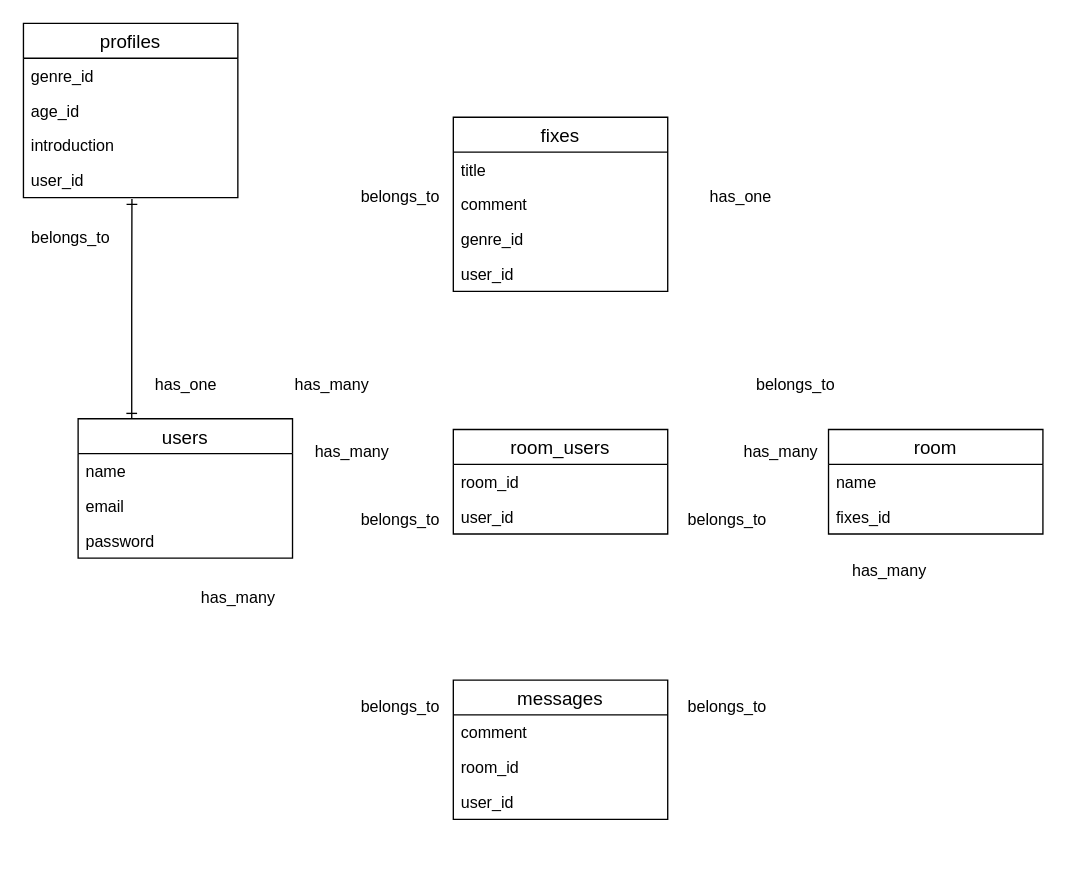
nao0313/retouch keeps this draw.io diagram as retouch.dio. Above is the earlier version. Source tidied: cells renumbered, new cells numbered last; positions are measured from the earlier drawing's top-left corner, leaving out a move shared by most shapes. Both pictures are drawn from the tidied source at 134%, with x=0, y=0 at pixel (23, 23).
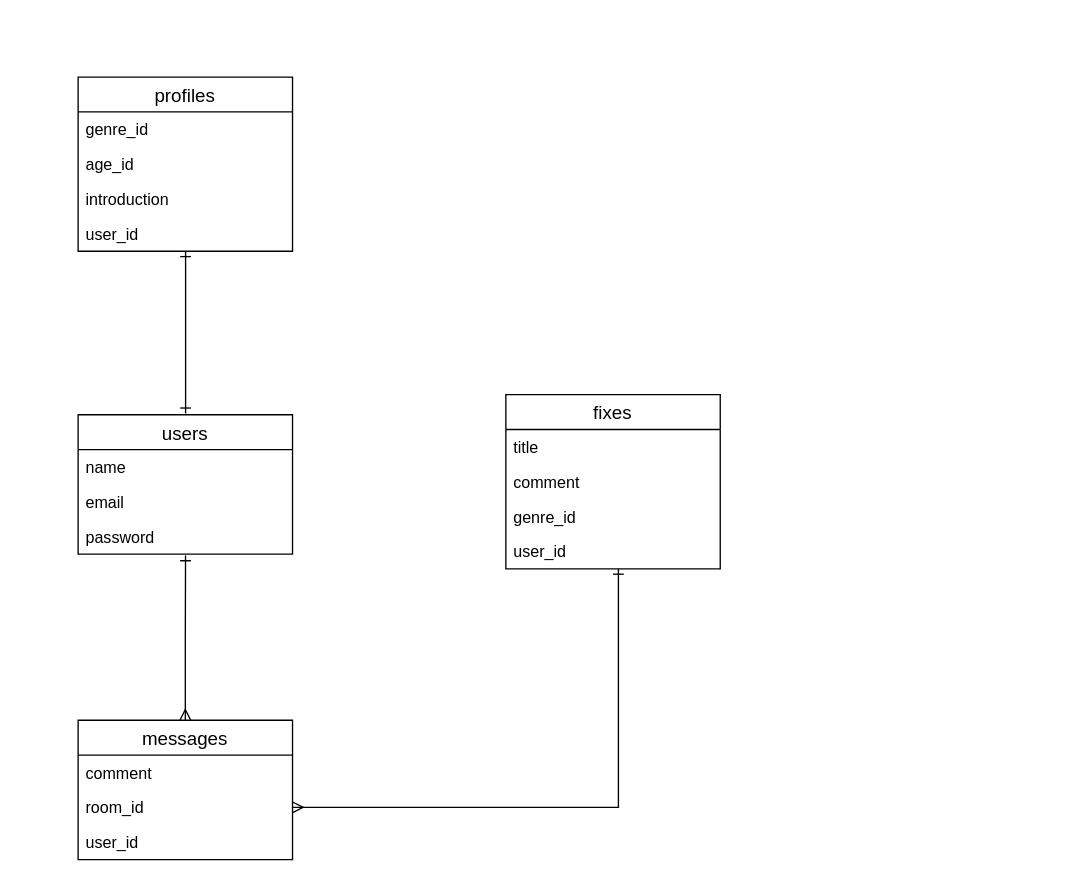
The same page after the edit.

Unchanged cells that the change refers to:
```xml
<mxCell id="29" value="room_id" style="text;strokeColor=none;fillColor=none;spacingLeft=4;spacingRight=4;overflow=hidden;points=[[0,0.5],[1,0.5]];portConstraint=eastwest;fontSize=12;" parent="27" vertex="1">
  <mxGeometry y="52" width="160" height="26" as="geometry" />
</mxCell>
<mxCell id="32" value="title" style="text;strokeColor=none;fillColor=none;spacingLeft=4;spacingRight=4;overflow=hidden;points=[[0,0.5],[1,0.5]];portConstraint=eastwest;fontSize=12;" parent="31" vertex="1">
  <mxGeometry y="26" width="160" height="26" as="geometry" />
</mxCell>
<mxCell id="33" value="comment" style="text;strokeColor=none;fillColor=none;spacingLeft=4;spacingRight=4;overflow=hidden;points=[[0,0.5],[1,0.5]];portConstraint=eastwest;fontSize=12;" parent="31" vertex="1">
  <mxGeometry y="52" width="160" height="26" as="geometry" />
</mxCell>
<mxCell id="35" value="user_id&#10;" style="text;strokeColor=none;fillColor=none;spacingLeft=4;spacingRight=4;overflow=hidden;points=[[0,0.5],[1,0.5]];portConstraint=eastwest;fontSize=12;" parent="31" vertex="1">
  <mxGeometry y="104" width="160" height="26" as="geometry" />
</mxCell>
```

Diff of the diagram source:
```diff
@@
-    <mxCell id="2" style="edgeStyle=orthogonalEdgeStyle;rounded=0;jettySize=auto;html=1;entryX=1;entryY=0.5;entryDx=0;entryDy=0;startArrow=ERone;startFill=0;endArrow=ERone;endFill=0;strokeColor=#FFFFFF;" parent="1" edge="1" target="32">
-      <mxGeometry relative="1" as="geometry">
-        <mxPoint x="620" y="302" as="sourcePoint" />
-      </mxGeometry>
-    </mxCell>
-    <mxCell id="3" style="edgeStyle=orthogonalEdgeStyle;rounded=0;jettySize=auto;html=1;exitX=0.92;exitY=-0.01;exitDx=0;exitDy=0;entryX=0;entryY=0.5;entryDx=0;entryDy=0;startArrow=ERone;startFill=0;endArrow=ERmany;endFill=0;strokeColor=#FFFFFF;exitPerimeter=0;" parent="1" edge="1" source="37" target="32">
+    <mxCell id="3" style="edgeStyle=orthogonalEdgeStyle;rounded=0;jettySize=auto;html=1;exitX=1.007;exitY=0.923;exitDx=0;exitDy=0;entryX=0;entryY=0.5;entryDx=0;entryDy=0;startArrow=ERone;startFill=0;endArrow=ERmany;endFill=0;strokeColor=#FFFFFF;exitPerimeter=0;" parent="1" edge="1" source="38" target="33">
       <mxGeometry relative="1" as="geometry" />
     </mxCell>
-    <mxCell id="4" style="edgeStyle=orthogonalEdgeStyle;rounded=0;jettySize=auto;html=1;exitX=0;exitY=0.5;exitDx=0;exitDy=0;entryX=0.463;entryY=1.038;entryDx=0;entryDy=0;entryPerimeter=0;strokeColor=#FFFFFF;startArrow=ERmany;startFill=0;endArrow=ERone;endFill=0;" parent="1" edge="1" source="29" target="40">
-      <mxGeometry relative="1" as="geometry" />
-    </mxCell>
-    <mxCell id="5" style="edgeStyle=orthogonalEdgeStyle;rounded=0;jettySize=auto;html=1;exitX=1;exitY=0.5;exitDx=0;exitDy=0;entryX=0.513;entryY=1.038;entryDx=0;entryDy=0;entryPerimeter=0;startArrow=ERmany;startFill=0;endArrow=ERone;endFill=0;strokeColor=#FFFFFF;" parent="1" edge="1" source="29" target="43">
-      <mxGeometry relative="1" as="geometry" />
-    </mxCell>
-    <mxCell id="6" style="edgeStyle=orthogonalEdgeStyle;rounded=0;jettySize=auto;html=1;exitX=0;exitY=0.5;exitDx=0;exitDy=0;entryX=1;entryY=0.5;entryDx=0;entryDy=0;startArrow=ERone;startFill=0;endArrow=ERmany;endFill=0;strokeColor=#FFFFFF;" parent="1" edge="1" target="25">
-      <mxGeometry relative="1" as="geometry">
-        <mxPoint x="600.8" y="342" as="sourcePoint" />
-      </mxGeometry>
-    </mxCell>
-    <mxCell id="7" style="edgeStyle=orthogonalEdgeStyle;rounded=0;jettySize=auto;html=1;exitX=0;exitY=0.5;exitDx=0;exitDy=0;entryX=1;entryY=0.5;entryDx=0;entryDy=0;startArrow=ERmany;startFill=0;endArrow=ERone;endFill=0;strokeColor=#FFFFFF;" parent="1" edge="1" source="25">
-      <mxGeometry relative="1" as="geometry">
-        <mxPoint x="200.8" y="342" as="targetPoint" />
-      </mxGeometry>
-    </mxCell>
-    <mxCell id="8" value="belongs_to" style="text;html=1;align=center;verticalAlign=middle;" parent="1" vertex="1">
-      <mxGeometry x="245.8" y="120" width="70" height="20" as="geometry" />
-    </mxCell>
-    <mxCell id="9" value="has_many" style="text;html=1;align=center;verticalAlign=middle;" parent="1" vertex="1">
-      <mxGeometry x="195" y="260" width="70" height="20" as="geometry" />
-    </mxCell>
-    <mxCell id="10" value="belongs_to" style="text;html=1;align=center;verticalAlign=middle;" parent="1" vertex="1">
-      <mxGeometry x="245.8" y="361" width="70" height="20" as="geometry" />
-    </mxCell>
-    <mxCell id="11" value="belongs_to" style="text;html=1;align=center;verticalAlign=middle;" parent="1" vertex="1">
-      <mxGeometry x="245.8" y="500" width="70" height="20" as="geometry" />
-    </mxCell>
-    <mxCell id="12" value="belongs_to" style="text;html=1;align=center;verticalAlign=middle;" parent="1" vertex="1">
-      <mxGeometry x="490" y="500" width="70" height="20" as="geometry" />
-    </mxCell>
-    <mxCell id="13" value="belongs_to" style="text;html=1;align=center;verticalAlign=middle;" parent="1" vertex="1">
-      <mxGeometry x="540.8" y="260" width="70" height="20" as="geometry" />
-    </mxCell>
-    <mxCell id="14" value="belongs_to" style="text;html=1;align=center;verticalAlign=middle;" parent="1" vertex="1">
-      <mxGeometry x="490" y="361" width="70" height="20" as="geometry" />
-    </mxCell>
-    <mxCell id="15" value="has_many" style="text;html=1;align=center;verticalAlign=middle;" parent="1" vertex="1">
-      <mxGeometry x="125" y="419" width="70" height="20" as="geometry" />
-    </mxCell>
-    <mxCell id="16" value="has_many" style="text;html=1;align=center;verticalAlign=middle;" parent="1" vertex="1">
-      <mxGeometry x="210" y="310" width="70" height="20" as="geometry" />
-    </mxCell>
-    <mxCell id="17" value="has_many" style="text;html=1;align=center;verticalAlign=middle;" parent="1" vertex="1">
-      <mxGeometry x="530" y="310" width="70" height="20" as="geometry" />
-    </mxCell>
-    <mxCell id="18" value="has_many" style="text;html=1;align=center;verticalAlign=middle;" parent="1" vertex="1">
-      <mxGeometry x="610.8" y="399" width="70" height="20" as="geometry" />
-    </mxCell>
-    <mxCell id="19" value="profiles" style="swimlane;fontStyle=0;horizontal=1;startSize=26;align=center;fontSize=14;" parent="1" vertex="1">
-      <mxGeometry width="160" height="130" as="geometry" />
-    </mxCell>
-    <mxCell id="20" value="genre_id" style="text;strokeColor=none;fillColor=none;spacingLeft=4;spacingRight=4;overflow=hidden;fontSize=12;" parent="19" vertex="1">
-      <mxGeometry y="26" width="160" height="26" as="geometry" />
-    </mxCell>
-    <mxCell id="21" value="age_id" style="text;strokeColor=none;fillColor=none;spacingLeft=4;spacingRight=4;overflow=hidden;fontSize=12;" parent="19" vertex="1">
-      <mxGeometry y="52" width="160" height="26" as="geometry" />
-    </mxCell>
-    <mxCell id="22" value="introduction" style="text;strokeColor=none;fillColor=none;spacingLeft=4;spacingRight=4;overflow=hidden;fontSize=12;" parent="19" vertex="1">
-      <mxGeometry y="78" width="160" height="26" as="geometry" />
-    </mxCell>
-    <mxCell id="23" value="user_id&#10;" style="text;strokeColor=none;fillColor=none;spacingLeft=4;spacingRight=4;overflow=hidden;points=[[0,0.5],[1,0.5]];portConstraint=eastwest;fontSize=12;" parent="19" vertex="1">
-      <mxGeometry y="104" width="160" height="26" as="geometry" />
-    </mxCell>
-    <mxCell id="24" value="room_users" style="swimlane;fontStyle=0;horizontal=1;startSize=26;align=center;fontSize=14;" parent="1" vertex="1">
-      <mxGeometry x="320.8" y="303" width="160" height="78" as="geometry" />
-    </mxCell>
-    <mxCell id="25" value="room_id" style="text;strokeColor=none;fillColor=none;spacingLeft=4;spacingRight=4;overflow=hidden;points=[[0,0.5],[1,0.5]];portConstraint=eastwest;fontSize=12;" parent="24" vertex="1">
-      <mxGeometry y="26" width="160" height="26" as="geometry" />
-    </mxCell>
-    <mxCell id="26" value="user_id" style="text;strokeColor=none;fillColor=none;spacingLeft=4;spacingRight=4;overflow=hidden;fontSize=12;" parent="24" vertex="1">
-      <mxGeometry y="52" width="160" height="26" as="geometry" />
-    </mxCell>
+    <mxCell id="36" style="edgeStyle=orthogonalEdgeStyle;rounded=0;orthogonalLoop=1;jettySize=auto;html=1;entryX=0.506;entryY=1.038;entryDx=0;entryDy=0;entryPerimeter=0;endArrow=ERone;endFill=0;startArrow=ERone;startFill=0;" parent="1" edge="1">
+      <mxGeometry relative="1" as="geometry">
+        <mxPoint x="121" y="291" as="sourcePoint" />
+        <mxPoint x="121" y="170" as="targetPoint" />
+      </mxGeometry>
+    </mxCell>
+    <mxCell id="37" value="users" style="swimlane;fontStyle=0;horizontal=1;startSize=26;align=center;fontSize=14;" parent="1" vertex="1">
+      <mxGeometry x="40.8" y="292" width="160" height="104" as="geometry" />
+    </mxCell>
+    <mxCell id="38" value="name" style="text;strokeColor=none;fillColor=none;spacingLeft=4;spacingRight=4;overflow=hidden;points=[[0,0.5],[1,0.5]];portConstraint=eastwest;fontSize=12;" parent="37" vertex="1">
+      <mxGeometry y="26" width="160" height="26" as="geometry" />
+    </mxCell>
+    <mxCell id="39" value="email" style="text;strokeColor=none;fillColor=none;spacingLeft=4;spacingRight=4;overflow=hidden;fontSize=12;" parent="37" vertex="1">
+      <mxGeometry y="52" width="160" height="26" as="geometry" />
+    </mxCell>
+    <mxCell id="40" value="password" style="text;strokeColor=none;fillColor=none;spacingLeft=4;spacingRight=4;overflow=hidden;points=[[0,0.5],[1,0.5]];portConstraint=eastwest;fontSize=12;" parent="37" vertex="1">
+      <mxGeometry y="78" width="160" height="26" as="geometry" />
+    </mxCell>
+    <mxCell id="47" style="edgeStyle=orthogonalEdgeStyle;rounded=0;jettySize=auto;html=1;entryX=0.501;entryY=1.038;entryDx=0;entryDy=0;entryPerimeter=0;startArrow=ERmany;startFill=0;endArrow=ERone;endFill=0;" parent="1" edge="1" source="27" target="40">
+      <mxGeometry relative="1" as="geometry" />
+    </mxCell>
     <mxCell id="27" value="messages" style="swimlane;fontStyle=0;horizontal=1;startSize=26;align=center;fontSize=14;" parent="1" vertex="1">
-      <mxGeometry x="320.8" y="490" width="160" height="104" as="geometry" />
+      <mxGeometry x="40.8" y="520" width="160" height="104" as="geometry" />
     </mxCell>
@@
     <mxCell id="31" value="fixes" style="swimlane;fontStyle=0;horizontal=1;startSize=26;align=center;fontSize=14;" parent="1" vertex="1">
-      <mxGeometry x="320.8" y="70" width="160" height="130" as="geometry" />
+      <mxGeometry x="360" y="277" width="160" height="130" as="geometry" />
     </mxCell>
@@
-    <mxCell id="36" style="edgeStyle=orthogonalEdgeStyle;rounded=0;jettySize=auto;html=1;exitX=0.25;exitY=0;exitDx=0;exitDy=0;entryX=0.506;entryY=1.038;entryDx=0;entryDy=0;entryPerimeter=0;endArrow=ERone;endFill=0;startArrow=ERone;startFill=0;" parent="1" edge="1" source="37" target="23">
-      <mxGeometry relative="1" as="geometry" />
-    </mxCell>
-    <mxCell id="37" value="users" style="swimlane;fontStyle=0;horizontal=1;startSize=26;align=center;fontSize=14;" parent="1" vertex="1">
-      <mxGeometry x="40.8" y="295" width="160" height="104" as="geometry" />
-    </mxCell>
-    <mxCell id="38" value="name" style="text;strokeColor=none;fillColor=none;spacingLeft=4;spacingRight=4;overflow=hidden;points=[[0,0.5],[1,0.5]];portConstraint=eastwest;fontSize=12;" parent="37" vertex="1">
-      <mxGeometry y="26" width="160" height="26" as="geometry" />
-    </mxCell>
-    <mxCell id="39" value="email" style="text;strokeColor=none;fillColor=none;spacingLeft=4;spacingRight=4;overflow=hidden;fontSize=12;" parent="37" vertex="1">
-      <mxGeometry y="52" width="160" height="26" as="geometry" />
-    </mxCell>
-    <mxCell id="40" value="password" style="text;strokeColor=none;fillColor=none;spacingLeft=4;spacingRight=4;overflow=hidden;points=[[0,0.5],[1,0.5]];portConstraint=eastwest;fontSize=12;" parent="37" vertex="1">
-      <mxGeometry y="78" width="160" height="26" as="geometry" />
-    </mxCell>
-    <mxCell id="41" value="room" style="swimlane;fontStyle=0;horizontal=1;startSize=26;align=center;fontSize=14;" parent="1" vertex="1">
-      <mxGeometry x="600.8" y="303" width="160" height="78" as="geometry" />
-    </mxCell>
-    <mxCell id="42" value="name" style="text;strokeColor=none;fillColor=none;spacingLeft=4;spacingRight=4;overflow=hidden;fontSize=12;" parent="41" vertex="1">
-      <mxGeometry y="26" width="160" height="26" as="geometry" />
-    </mxCell>
-    <mxCell id="43" value="fixes_id" style="text;strokeColor=none;fillColor=none;spacingLeft=4;spacingRight=4;overflow=hidden;points=[[0,0.5],[1,0.5]];portConstraint=eastwest;fontSize=12;" parent="41" vertex="1">
-      <mxGeometry y="52" width="160" height="26" as="geometry" />
-    </mxCell>
-    <mxCell id="44" value="has_one" style="text;html=1;align=center;verticalAlign=middle;" parent="1" vertex="1">
-      <mxGeometry x="505" y="120" width="60" height="20" as="geometry" />
-    </mxCell>
-    <mxCell id="45" value="belongs_to" style="text;html=1;align=center;verticalAlign=middle;" parent="1" vertex="1">
-      <mxGeometry y="150" width="70" height="20" as="geometry" />
-    </mxCell>
-    <mxCell id="46" value="has_one" style="text;html=1;align=center;verticalAlign=middle;" parent="1" vertex="1">
-      <mxGeometry x="90.8" y="260" width="60" height="20" as="geometry" />
-    </mxCell>
+    <mxCell id="48" style="edgeStyle=orthogonalEdgeStyle;rounded=0;jettySize=auto;html=1;entryX=0.525;entryY=1;entryDx=0;entryDy=0;entryPerimeter=0;endArrow=ERone;endFill=0;startArrow=ERmany;startFill=0;" parent="1" edge="1" source="29" target="35">
+      <mxGeometry relative="1" as="geometry" />
+    </mxCell>
+    <mxCell id="19" value="profiles" style="swimlane;fontStyle=0;horizontal=1;startSize=26;align=center;fontSize=14;" parent="1" vertex="1">
+      <mxGeometry x="40.8" y="40" width="160" height="130" as="geometry" />
+    </mxCell>
+    <mxCell id="20" value="genre_id" style="text;strokeColor=none;fillColor=none;spacingLeft=4;spacingRight=4;overflow=hidden;fontSize=12;" parent="19" vertex="1">
+      <mxGeometry y="26" width="160" height="26" as="geometry" />
+    </mxCell>
+    <mxCell id="21" value="age_id" style="text;strokeColor=none;fillColor=none;spacingLeft=4;spacingRight=4;overflow=hidden;fontSize=12;" parent="19" vertex="1">
+      <mxGeometry y="52" width="160" height="26" as="geometry" />
+    </mxCell>
+    <mxCell id="22" value="introduction" style="text;strokeColor=none;fillColor=none;spacingLeft=4;spacingRight=4;overflow=hidden;fontSize=12;" parent="19" vertex="1">
+      <mxGeometry y="78" width="160" height="26" as="geometry" />
+    </mxCell>
+    <mxCell id="23" value="user_id&#10;" style="text;strokeColor=none;fillColor=none;spacingLeft=4;spacingRight=4;overflow=hidden;points=[[0,0.5],[1,0.5]];portConstraint=eastwest;fontSize=12;" parent="19" vertex="1">
+      <mxGeometry y="104" width="160" height="26" as="geometry" />
+    </mxCell>
```
